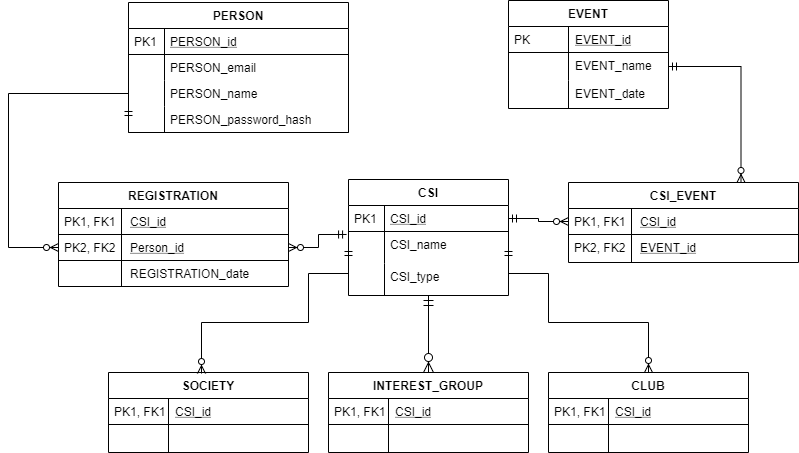
Makizoro/Overclock keeps this draw.io diagram as Diagrams/possible_ERD_fix.png. Above is the earlier version. Source tidied: cells renumbered, new cells last; positions are measured from the earlier drawing's top-left corner, leaving out a move shared by most shapes.
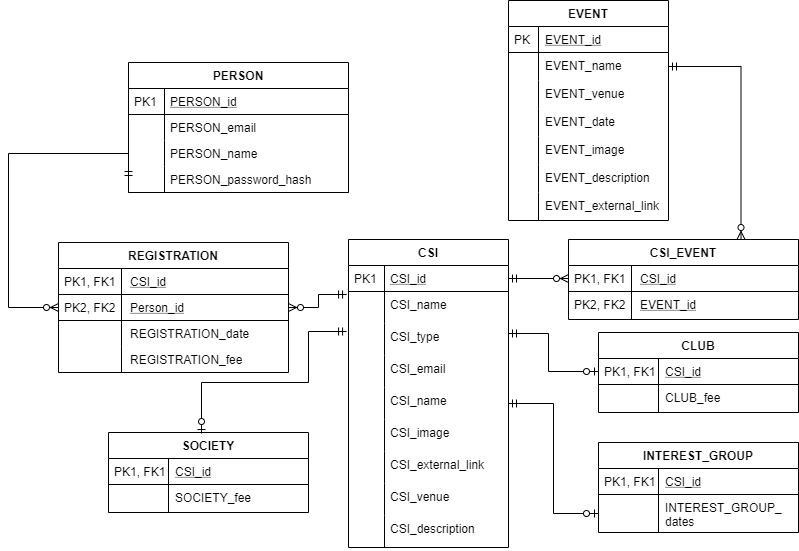
After the change.

Change to the diagram source:
```diff
@@ -30,7 +30,7 @@
       <mxGeometry width="36" height="26" as="geometry" />
     </mxCell>
     <mxCell id="11" value="CSI" style="swimlane;fontStyle=1;horizontal=1;startSize=26;rounded=0;shadow=0;strokeWidth=1;" parent="1" vertex="1">
-      <mxGeometry x="340" y="179" width="160" height="116" as="geometry" />
+      <mxGeometry x="340" y="179" width="160" height="308" as="geometry" />
     </mxCell>
     <mxCell id="12" value="CSI_id" style="shape=partialRectangle;top=0;left=0;right=0;bottom=1;align=left;verticalAlign=top;fillColor=none;spacingLeft=40;spacingRight=4;overflow=hidden;points=[[0,0.5],[1,0.5]];portConstraint=eastwest;rounded=0;shadow=0;strokeWidth=1;fontStyle=4;" parent="11" vertex="1">
       <mxGeometry y="26" width="160" height="26" as="geometry" />
@@ -50,8 +50,44 @@
     <mxCell id="17" style="shape=partialRectangle;top=0;left=0;bottom=0;fillColor=none;align=left;verticalAlign=top;spacingLeft=4;spacingRight=4;overflow=hidden;" parent="16" vertex="1">
       <mxGeometry width="36" height="32" as="geometry" />
     </mxCell>
+    <mxCell id="59" value="CSI_email" style="shape=partialRectangle;top=0;left=0;right=0;bottom=0;align=left;verticalAlign=top;fillColor=none;spacingLeft=40;spacingRight=4;overflow=hidden;rounded=0;shadow=0;strokeWidth=1;" parent="11" vertex="1">
+      <mxGeometry y="116" width="160" height="32" as="geometry" />
+    </mxCell>
+    <mxCell id="60" style="shape=partialRectangle;top=0;left=0;bottom=0;fillColor=none;align=left;verticalAlign=top;spacingLeft=4;spacingRight=4;overflow=hidden;" parent="59" vertex="1">
+      <mxGeometry width="36" height="32" as="geometry" />
+    </mxCell>
+    <mxCell id="61" value="CSI_name" style="shape=partialRectangle;top=0;left=0;right=0;bottom=0;align=left;verticalAlign=top;fillColor=none;spacingLeft=40;spacingRight=4;overflow=hidden;points=[[0,0.5],[1,0.5]];portConstraint=eastwest;rounded=0;shadow=0;strokeWidth=1;" parent="11" vertex="1">
+      <mxGeometry y="148" width="160" height="32" as="geometry" />
+    </mxCell>
+    <mxCell id="62" style="shape=partialRectangle;top=0;left=0;bottom=0;fillColor=none;align=left;verticalAlign=top;spacingLeft=4;spacingRight=4;overflow=hidden;" parent="61" vertex="1">
+      <mxGeometry width="36" height="32" as="geometry" />
+    </mxCell>
+    <mxCell id="63" value="CSI_image" style="shape=partialRectangle;top=0;left=0;right=0;bottom=0;align=left;verticalAlign=top;fillColor=none;spacingLeft=40;spacingRight=4;overflow=hidden;rounded=0;shadow=0;strokeWidth=1;" parent="11" vertex="1">
+      <mxGeometry y="180" width="160" height="32" as="geometry" />
+    </mxCell>
+    <mxCell id="64" style="shape=partialRectangle;top=0;left=0;bottom=0;fillColor=none;align=left;verticalAlign=top;spacingLeft=4;spacingRight=4;overflow=hidden;" parent="63" vertex="1">
+      <mxGeometry width="36" height="32" as="geometry" />
+    </mxCell>
+    <mxCell id="65" value="CSI_external_link" style="shape=partialRectangle;top=0;left=0;right=0;bottom=0;align=left;verticalAlign=top;fillColor=none;spacingLeft=40;spacingRight=4;overflow=hidden;rounded=0;shadow=0;strokeWidth=1;" parent="11" vertex="1">
+      <mxGeometry y="212" width="160" height="32" as="geometry" />
+    </mxCell>
+    <mxCell id="66" style="shape=partialRectangle;top=0;left=0;bottom=0;fillColor=none;align=left;verticalAlign=top;spacingLeft=4;spacingRight=4;overflow=hidden;" parent="65" vertex="1">
+      <mxGeometry width="36" height="32" as="geometry" />
+    </mxCell>
+    <mxCell id="67" value="CSI_venue" style="shape=partialRectangle;top=0;left=0;right=0;bottom=0;align=left;verticalAlign=top;fillColor=none;spacingLeft=40;spacingRight=4;overflow=hidden;rounded=0;shadow=0;strokeWidth=1;" parent="11" vertex="1">
+      <mxGeometry y="244" width="160" height="32" as="geometry" />
+    </mxCell>
+    <mxCell id="68" style="shape=partialRectangle;top=0;left=0;bottom=0;fillColor=none;align=left;verticalAlign=top;spacingLeft=4;spacingRight=4;overflow=hidden;" parent="67" vertex="1">
+      <mxGeometry width="36" height="32" as="geometry" />
+    </mxCell>
+    <mxCell id="69" value="CSI_description" style="shape=partialRectangle;top=0;left=0;right=0;bottom=0;align=left;verticalAlign=top;fillColor=none;spacingLeft=40;spacingRight=4;overflow=hidden;rounded=0;shadow=0;strokeWidth=1;" parent="11" vertex="1">
+      <mxGeometry y="276" width="160" height="32" as="geometry" />
+    </mxCell>
+    <mxCell id="70" style="shape=partialRectangle;top=0;left=0;bottom=0;fillColor=none;align=left;verticalAlign=top;spacingLeft=4;spacingRight=4;overflow=hidden;" parent="69" vertex="1">
+      <mxGeometry width="36" height="32" as="geometry" />
+    </mxCell>
     <mxCell id="18" value="INTEREST_GROUP" style="swimlane;fontStyle=1;horizontal=1;startSize=26;rounded=0;shadow=0;strokeWidth=1;" parent="1" vertex="1">
-      <mxGeometry x="320" y="372" width="200" height="80" as="geometry" />
+      <mxGeometry x="590" y="382" width="200" height="90" as="geometry" />
     </mxCell>
     <mxCell id="19" value="CSI_id" style="shape=partialRectangle;top=0;left=0;right=0;bottom=1;align=left;verticalAlign=top;fillColor=none;spacingLeft=65;spacingRight=4;overflow=hidden;rounded=0;shadow=0;strokeWidth=1;fontStyle=4;" parent="18" vertex="1">
       <mxGeometry y="26" width="200" height="26" as="geometry" />
@@ -59,17 +95,14 @@
     <mxCell id="20" value="PK1, FK1" style="shape=partialRectangle;top=0;left=0;bottom=0;fillColor=none;align=left;verticalAlign=top;spacingLeft=4;spacingRight=4;overflow=hidden;" parent="19" vertex="1">
       <mxGeometry width="60" height="26" as="geometry" />
     </mxCell>
-    <mxCell id="21" style="shape=partialRectangle;top=0;left=0;right=0;bottom=0;align=left;verticalAlign=top;fillColor=none;spacingLeft=65;spacingRight=4;overflow=hidden;points=[[0,0.5],[1,0.5]];portConstraint=eastwest;rounded=0;shadow=0;strokeWidth=1;" parent="18" vertex="1">
-      <mxGeometry y="52" width="200" height="28" as="geometry" />
+    <mxCell id="21" value="INTEREST_GROUP_&#10;dates" style="shape=partialRectangle;top=0;left=0;right=0;bottom=0;align=left;verticalAlign=top;fillColor=none;spacingLeft=65;spacingRight=4;overflow=hidden;points=[[0,0.5],[1,0.5]];portConstraint=eastwest;rounded=0;shadow=0;strokeWidth=1;" parent="18" vertex="1">
+      <mxGeometry y="52" width="200" height="38" as="geometry" />
     </mxCell>
     <mxCell id="22" style="shape=partialRectangle;top=0;left=0;bottom=0;fillColor=none;align=left;verticalAlign=top;spacingLeft=4;spacingRight=4;overflow=hidden;" parent="21" vertex="1">
-      <mxGeometry width="60" height="28" as="geometry" />
+      <mxGeometry width="60" height="38" as="geometry" />
     </mxCell>
-    <mxCell id="23" style="edgeStyle=orthogonalEdgeStyle;endArrow=ERzeroToMany;startArrow=ERmandOne;shadow=0;strokeWidth=1;endSize=8;startSize=8;endFill=1;startFill=0;" parent="1" edge="1" source="11" target="18">
-      <mxGeometry relative="1" as="geometry" />
-    </mxCell>
     <mxCell id="24" value="REGISTRATION" style="swimlane;fontStyle=1;horizontal=1;startSize=26;rounded=0;shadow=0;strokeWidth=1;" parent="1" vertex="1">
-      <mxGeometry x="50" y="182" width="230" height="104" as="geometry" />
+      <mxGeometry x="50" y="182" width="230" height="130" as="geometry" />
     </mxCell>
     <mxCell id="25" value="CSI_id" style="shape=partialRectangle;top=0;left=0;right=0;bottom=1;align=left;verticalAlign=top;fillColor=none;spacingLeft=70;spacingRight=4;overflow=hidden;rounded=0;shadow=0;strokeWidth=1;fontStyle=4;" parent="24" vertex="1">
       <mxGeometry y="26" width="230" height="26" as="geometry" />
@@ -89,6 +122,12 @@
     <mxCell id="30" style="shape=partialRectangle;top=0;left=0;bottom=0;fillColor=none;align=left;verticalAlign=top;spacingLeft=4;spacingRight=4;overflow=hidden;" parent="29" vertex="1">
       <mxGeometry width="63" height="26" as="geometry" />
     </mxCell>
+    <mxCell id="71" value="REGISTRATION_fee" style="shape=partialRectangle;top=0;left=0;right=0;bottom=0;align=left;verticalAlign=top;fillColor=none;spacingLeft=70;spacingRight=4;overflow=hidden;rounded=0;shadow=0;strokeWidth=1;" parent="24" vertex="1">
+      <mxGeometry y="104" width="230" height="26" as="geometry" />
+    </mxCell>
+    <mxCell id="72" style="shape=partialRectangle;top=0;left=0;bottom=0;fillColor=none;align=left;verticalAlign=top;spacingLeft=4;spacingRight=4;overflow=hidden;" parent="71" vertex="1">
+      <mxGeometry width="63" height="26" as="geometry" />
+    </mxCell>
     <mxCell id="31" style="edgeStyle=orthogonalEdgeStyle;rounded=0;jettySize=auto;html=1;exitX=1;exitY=0.5;exitDx=0;exitDy=0;entryX=-0.012;entryY=1.115;entryDx=0;entryDy=0;entryPerimeter=0;startArrow=ERzeroToMany;startFill=1;endArrow=ERmandOne;endFill=0;" parent="1" edge="1" source="27" target="12">
       <mxGeometry relative="1" as="geometry" />
     </mxCell>
@@ -101,23 +140,23 @@
     <mxCell id="34" value="PK1, FK1" style="shape=partialRectangle;top=0;left=0;bottom=0;fillColor=none;align=left;verticalAlign=top;spacingLeft=4;spacingRight=4;overflow=hidden;" parent="33" vertex="1">
       <mxGeometry width="60" height="26" as="geometry" />
     </mxCell>
-    <mxCell id="35" style="shape=partialRectangle;top=0;left=0;right=0;bottom=0;align=left;verticalAlign=top;fillColor=none;spacingLeft=65;spacingRight=4;overflow=hidden;rounded=0;shadow=0;strokeWidth=1;" parent="32" vertex="1">
+    <mxCell id="35" value="SOCIETY_fee" style="shape=partialRectangle;top=0;left=0;right=0;bottom=0;align=left;verticalAlign=top;fillColor=none;spacingLeft=65;spacingRight=4;overflow=hidden;rounded=0;shadow=0;strokeWidth=1;" parent="32" vertex="1">
       <mxGeometry y="52" width="200" height="28" as="geometry" />
     </mxCell>
     <mxCell id="36" style="shape=partialRectangle;top=0;left=0;bottom=0;fillColor=none;align=left;verticalAlign=top;spacingLeft=4;spacingRight=4;overflow=hidden;" parent="35" vertex="1">
       <mxGeometry width="60" height="28" as="geometry" />
     </mxCell>
-    <mxCell id="37" style="edgeStyle=orthogonalEdgeStyle;rounded=0;jettySize=auto;html=1;exitX=0;exitY=0.5;exitDx=0;exitDy=0;entryX=0.465;entryY=0.013;entryDx=0;entryDy=0;entryPerimeter=0;startArrow=ERmandOne;startFill=0;endArrow=ERzeroToMany;endFill=1;" parent="1" edge="1" source="14" target="32">
+    <mxCell id="37" style="edgeStyle=orthogonalEdgeStyle;rounded=0;jettySize=auto;html=1;entryX=0.465;entryY=0.013;entryDx=0;entryDy=0;entryPerimeter=0;startArrow=ERmandOne;startFill=0;endArrow=ERzeroToOne;endFill=1;exitX=-0.012;exitY=0.25;exitDx=0;exitDy=0;exitPerimeter=0;" parent="1" edge="1" source="16" target="32">
       <mxGeometry relative="1" as="geometry">
         <Array as="points">
-          <mxPoint x="300" y="273" />
+          <mxPoint x="300" y="271" />
           <mxPoint x="300" y="322" />
           <mxPoint x="193" y="322" />
         </Array>
       </mxGeometry>
     </mxCell>
     <mxCell id="38" value="CLUB" style="swimlane;fontStyle=1;horizontal=1;startSize=26;rounded=0;shadow=0;strokeWidth=1;" parent="1" vertex="1">
-      <mxGeometry x="540" y="372" width="200" height="80" as="geometry" />
+      <mxGeometry x="590" y="272" width="200" height="80" as="geometry" />
     </mxCell>
     <mxCell id="39" value="CSI_id" style="shape=partialRectangle;top=0;left=0;right=0;bottom=1;align=left;verticalAlign=top;fillColor=none;spacingLeft=65;spacingRight=4;overflow=hidden;points=[[0,0.5],[1,0.5]];portConstraint=eastwest;rounded=0;shadow=0;strokeWidth=1;fontStyle=4;" parent="38" vertex="1">
       <mxGeometry y="26" width="200" height="26" as="geometry" />
@@ -125,42 +164,66 @@
     <mxCell id="40" value="PK1, FK1" style="shape=partialRectangle;top=0;left=0;bottom=0;fillColor=none;align=left;verticalAlign=top;spacingLeft=4;spacingRight=4;overflow=hidden;" parent="39" vertex="1">
       <mxGeometry width="60" height="26" as="geometry" />
     </mxCell>
-    <mxCell id="41" style="shape=partialRectangle;top=0;left=0;right=0;bottom=0;align=left;verticalAlign=top;fillColor=none;spacingLeft=65;spacingRight=4;overflow=hidden;rounded=0;shadow=0;strokeWidth=1;" parent="38" vertex="1">
+    <mxCell id="41" value="CLUB_fee" style="shape=partialRectangle;top=0;left=0;right=0;bottom=0;align=left;verticalAlign=top;fillColor=none;spacingLeft=65;spacingRight=4;overflow=hidden;rounded=0;shadow=0;strokeWidth=1;" parent="38" vertex="1">
       <mxGeometry y="52" width="200" height="28" as="geometry" />
     </mxCell>
     <mxCell id="42" style="shape=partialRectangle;top=0;left=0;bottom=0;fillColor=none;align=left;verticalAlign=top;spacingLeft=4;spacingRight=4;overflow=hidden;" parent="41" vertex="1">
       <mxGeometry width="60" height="28" as="geometry" />
     </mxCell>
-    <mxCell id="43" style="edgeStyle=orthogonalEdgeStyle;rounded=0;jettySize=auto;html=1;exitX=1;exitY=0.5;exitDx=0;exitDy=0;entryX=0.5;entryY=0;entryDx=0;entryDy=0;startArrow=ERmandOne;startFill=0;endArrow=ERzeroToMany;endFill=1;" parent="1" edge="1" source="14" target="38">
+    <mxCell id="43" style="edgeStyle=orthogonalEdgeStyle;rounded=0;jettySize=auto;html=1;entryX=0;entryY=0.5;entryDx=0;entryDy=0;startArrow=ERmandOne;startFill=0;endArrow=ERzeroToOne;endFill=1;" parent="1" edge="1" target="39">
       <mxGeometry relative="1" as="geometry">
+        <mxPoint x="500" y="273" as="sourcePoint" />
         <Array as="points">
           <mxPoint x="540" y="273" />
-          <mxPoint x="540" y="322" />
-          <mxPoint x="640" y="322" />
+          <mxPoint x="540" y="311" />
         </Array>
       </mxGeometry>
     </mxCell>
     <mxCell id="44" value="EVENT" style="swimlane;fontStyle=1;horizontal=1;startSize=26;rounded=0;shadow=0;strokeWidth=1;" parent="1" vertex="1">
-      <mxGeometry x="500" width="160" height="108" as="geometry" />
+      <mxGeometry x="500" y="-60" width="160" height="220" as="geometry" />
     </mxCell>
-    <mxCell id="45" value="EVENT_id" style="shape=partialRectangle;top=0;left=0;right=0;bottom=1;align=left;verticalAlign=top;fillColor=none;spacingLeft=65;spacingRight=4;overflow=hidden;rounded=0;shadow=0;strokeWidth=1;fontStyle=4;" parent="44" vertex="1">
+    <mxCell id="45" value="EVENT_id" style="shape=partialRectangle;top=0;left=0;right=0;bottom=1;align=left;verticalAlign=top;fillColor=none;spacingLeft=35;spacingRight=4;overflow=hidden;rounded=0;shadow=0;strokeWidth=1;fontStyle=4;" parent="44" vertex="1">
       <mxGeometry y="26" width="160" height="26" as="geometry" />
     </mxCell>
     <mxCell id="46" value="PK" style="shape=partialRectangle;top=0;left=0;bottom=0;fillColor=none;align=left;verticalAlign=top;spacingLeft=4;spacingRight=4;overflow=hidden;" parent="45" vertex="1">
-      <mxGeometry width="60" height="26" as="geometry" />
+      <mxGeometry width="30" height="26" as="geometry" />
     </mxCell>
-    <mxCell id="47" value="EVENT_name" style="shape=partialRectangle;top=0;left=0;right=0;bottom=0;align=left;verticalAlign=top;fillColor=none;spacingLeft=65;spacingRight=4;overflow=hidden;points=[[0,0.5],[1,0.5]];portConstraint=eastwest;rounded=0;shadow=0;strokeWidth=1;" parent="44" vertex="1">
+    <mxCell id="47" value="EVENT_name" style="shape=partialRectangle;top=0;left=0;right=0;bottom=0;align=left;verticalAlign=top;fillColor=none;spacingLeft=35;spacingRight=4;overflow=hidden;points=[[0,0.5],[1,0.5]];portConstraint=eastwest;rounded=0;shadow=0;strokeWidth=1;" parent="44" vertex="1">
       <mxGeometry y="52" width="160" height="28" as="geometry" />
     </mxCell>
     <mxCell id="48" style="shape=partialRectangle;top=0;left=0;bottom=0;fillColor=none;align=left;verticalAlign=top;spacingLeft=4;spacingRight=4;overflow=hidden;" parent="47" vertex="1">
-      <mxGeometry width="60" height="28" as="geometry" />
+      <mxGeometry width="30" height="28" as="geometry" />
     </mxCell>
+    <mxCell id="73" value="EVENT_venue" style="shape=partialRectangle;top=0;left=0;right=0;bottom=0;align=left;verticalAlign=top;fillColor=none;spacingLeft=35;spacingRight=4;overflow=hidden;rounded=0;shadow=0;strokeWidth=1;" parent="44" vertex="1">
+      <mxGeometry y="80" width="160" height="28" as="geometry" />
+    </mxCell>
+    <mxCell id="74" style="shape=partialRectangle;top=0;left=0;bottom=0;fillColor=none;align=left;verticalAlign=top;spacingLeft=4;spacingRight=4;overflow=hidden;" parent="73" vertex="1">
+      <mxGeometry width="30" height="28" as="geometry" />
+    </mxCell>
-    <mxCell id="49" value="EVENT_date" style="shape=partialRectangle;top=0;left=0;right=0;bottom=0;align=left;verticalAlign=top;fillColor=none;spacingLeft=65;spacingRight=4;overflow=hidden;rounded=0;shadow=0;strokeWidth=1;" parent="44" vertex="1">
-      <mxGeometry y="80" width="160" height="28" as="geometry" />
+    <mxCell id="49" value="EVENT_date" style="shape=partialRectangle;top=0;left=0;right=0;bottom=0;align=left;verticalAlign=top;fillColor=none;spacingLeft=35;spacingRight=4;overflow=hidden;rounded=0;shadow=0;strokeWidth=1;" parent="44" vertex="1">
+      <mxGeometry y="108" width="160" height="28" as="geometry" />
     </mxCell>
     <mxCell id="50" style="shape=partialRectangle;top=0;left=0;bottom=0;fillColor=none;align=left;verticalAlign=top;spacingLeft=4;spacingRight=4;overflow=hidden;" parent="49" vertex="1">
-      <mxGeometry width="60" height="28" as="geometry" />
+      <mxGeometry width="30" height="28" as="geometry" />
     </mxCell>
+    <mxCell id="75" value="EVENT_image" style="shape=partialRectangle;top=0;left=0;right=0;bottom=0;align=left;verticalAlign=top;fillColor=none;spacingLeft=35;spacingRight=4;overflow=hidden;rounded=0;shadow=0;strokeWidth=1;" parent="44" vertex="1">
+      <mxGeometry y="136" width="160" height="28" as="geometry" />
+    </mxCell>
+    <mxCell id="76" style="shape=partialRectangle;top=0;left=0;bottom=0;fillColor=none;align=left;verticalAlign=top;spacingLeft=4;spacingRight=4;overflow=hidden;" parent="75" vertex="1">
+      <mxGeometry width="30" height="28" as="geometry" />
+    </mxCell>
+    <mxCell id="77" value="EVENT_description" style="shape=partialRectangle;top=0;left=0;right=0;bottom=0;align=left;verticalAlign=top;fillColor=none;spacingLeft=35;spacingRight=4;overflow=hidden;rounded=0;shadow=0;strokeWidth=1;" parent="44" vertex="1">
+      <mxGeometry y="164" width="160" height="28" as="geometry" />
+    </mxCell>
+    <mxCell id="78" style="shape=partialRectangle;top=0;left=0;bottom=0;fillColor=none;align=left;verticalAlign=top;spacingLeft=4;spacingRight=4;overflow=hidden;" parent="77" vertex="1">
+      <mxGeometry width="30" height="28" as="geometry" />
+    </mxCell>
+    <mxCell id="79" value="EVENT_external_link" style="shape=partialRectangle;top=0;left=0;right=0;bottom=0;align=left;verticalAlign=top;fillColor=none;spacingLeft=35;spacingRight=4;overflow=hidden;rounded=0;shadow=0;strokeWidth=1;" parent="44" vertex="1">
+      <mxGeometry y="192" width="160" height="28" as="geometry" />
+    </mxCell>
+    <mxCell id="80" style="shape=partialRectangle;top=0;left=0;bottom=0;fillColor=none;align=left;verticalAlign=top;spacingLeft=4;spacingRight=4;overflow=hidden;" parent="79" vertex="1">
+      <mxGeometry width="30" height="28" as="geometry" />
+    </mxCell>
     <mxCell id="51" style="edgeStyle=orthogonalEdgeStyle;rounded=0;jettySize=auto;html=1;exitX=0;exitY=0.5;exitDx=0;exitDy=0;entryX=0;entryY=0.5;entryDx=0;entryDy=0;startArrow=ERmandOne;startFill=0;endArrow=ERzeroToMany;endFill=1;" parent="1" edge="1" source="9" target="27">
       <mxGeometry relative="1" as="geometry">
         <Array as="points">
@@ -173,7 +236,7 @@
       <mxGeometry relative="1" as="geometry" />
     </mxCell>
     <mxCell id="53" value="CSI_EVENT" style="swimlane;fontStyle=1;horizontal=1;startSize=26;rounded=0;shadow=0;strokeWidth=1;" parent="1" vertex="1">
-      <mxGeometry x="560" y="182" width="230" height="80" as="geometry" />
+      <mxGeometry x="560" y="179" width="230" height="80" as="geometry" />
     </mxCell>
     <mxCell id="54" value="CSI_id" style="shape=partialRectangle;top=0;left=0;right=0;bottom=1;align=left;verticalAlign=top;fillColor=none;spacingLeft=70;spacingRight=4;overflow=hidden;points=[[0,0.5],[1,0.5]];portConstraint=eastwest;rounded=0;shadow=0;strokeWidth=1;fontStyle=4;" parent="53" vertex="1">
       <mxGeometry y="26" width="230" height="26" as="geometry" />
@@ -188,7 +251,14 @@
       <mxGeometry width="63" height="28" as="geometry" />
     </mxCell>
     <mxCell id="58" style="edgeStyle=orthogonalEdgeStyle;rounded=0;jettySize=auto;html=1;exitX=0;exitY=0.5;exitDx=0;exitDy=0;entryX=1;entryY=0.5;entryDx=0;entryDy=0;startArrow=ERzeroToMany;startFill=1;endArrow=ERmandOne;endFill=0;spacing=2;" parent="1" edge="1" source="54" target="12">
-      <mxGeometry relative="1" as="geometry" />
+      <mxGeometry relative="1" as="geometry">
+        <Array as="points">
+          <mxPoint x="560" y="218" />
+        </Array>
+      </mxGeometry>
     </mxCell>
+    <mxCell id="81" style="edgeStyle=orthogonalEdgeStyle;rounded=0;jettySize=auto;html=1;exitX=0;exitY=0.5;exitDx=0;exitDy=0;entryX=1;entryY=0.5;entryDx=0;entryDy=0;startArrow=ERzeroToOne;startFill=1;endArrow=ERmandOne;endFill=0;" parent="1" edge="1" source="21" target="61">
+      <mxGeometry relative="1" as="geometry" />
+    </mxCell>
   </root>
 </mxGraphModel>
```
